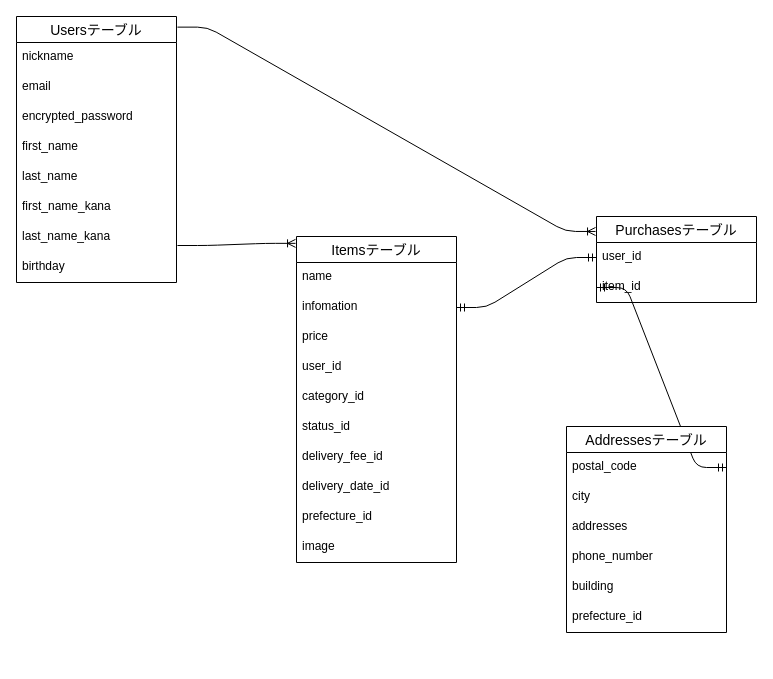
Before: e-r.dio in daichi-tech/furima-30563, a draw.io diagram. Source tidied: cells renumbered, new cells numbered last; positions are measured from the earlier drawing's top-left corner, leaving out a move shared by most shapes. Both pictures are drawn from the tidied source at 100%, with x=0, y=0 at pixel (16, 16).
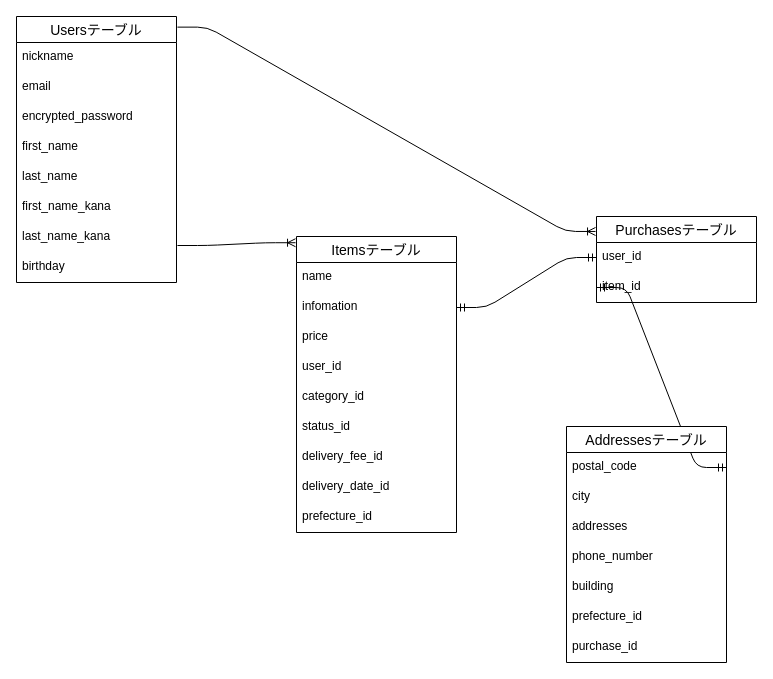
The same page after the edit.

Diff of the diagram source:
```diff
@@
     <mxCell id="18" value="Itemsテーブル" style="swimlane;fontStyle=0;horizontal=1;startSize=26;align=center;fontSize=14;" parent="1" vertex="1">
-      <mxGeometry x="280" y="220" width="160" height="326" as="geometry" />
+      <mxGeometry x="280" y="220" width="160" height="296" as="geometry" />
     </mxCell>
@@
-    <mxCell id="28" value="image" style="text;strokeColor=none;fillColor=none;spacingLeft=4;spacingRight=4;overflow=hidden;fontSize=12;" parent="18" vertex="1">
-      <mxGeometry y="296" width="160" height="30" as="geometry" />
-    </mxCell>
     <mxCell id="29" value="Addressesテーブル" style="swimlane;fontStyle=0;horizontal=1;startSize=26;align=center;fontSize=14;" parent="1" vertex="1">
-      <mxGeometry x="550" y="410" width="160" height="206" as="geometry" />
+      <mxGeometry x="550" y="410" width="160" height="236" as="geometry" />
     </mxCell>
@@
+    <mxCell id="36" value="purchase_id" style="text;strokeColor=none;fillColor=none;spacingLeft=4;spacingRight=4;overflow=hidden;fontSize=12;" parent="29" vertex="1">
+      <mxGeometry y="206" width="160" height="30" as="geometry" />
+    </mxCell>
```
